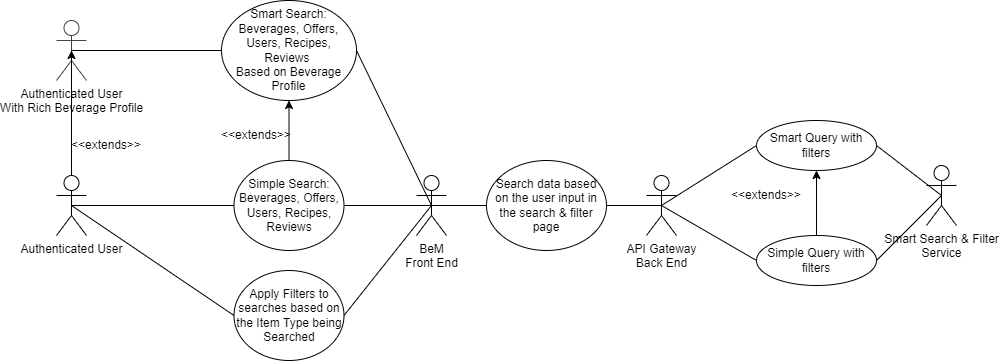
Before: diagrams/use_case/smart_search_and_filter.png, a diagram exported from draw.io (Elaech/Wade-BeM). Source tidied: cells renumbered, new cells last; positions are measured from the earlier drawing's top-left corner, leaving out a move shared by most shapes. Source of this version:
```xml
<mxGraphModel>
  <root>
    <mxCell id="0" />
    <mxCell id="1" parent="0" />
    <mxCell id="2" value="Authenticated User" style="shape=umlActor;verticalLabelPosition=bottom;verticalAlign=top;html=1;outlineConnect=0;" parent="1" vertex="1">
      <mxGeometry y="175" width="30" height="60" as="geometry" />
    </mxCell>
    <mxCell id="3" value="API Gateway&lt;br&gt;Back End" style="shape=umlActor;verticalLabelPosition=bottom;verticalAlign=top;html=1;outlineConnect=0;" parent="1" vertex="1">
      <mxGeometry x="590" y="175" width="30" height="60" as="geometry" />
    </mxCell>
    <mxCell id="4" value="BeM&lt;br&gt;Front End" style="shape=umlActor;verticalLabelPosition=bottom;verticalAlign=top;html=1;outlineConnect=0;" parent="1" vertex="1">
      <mxGeometry x="360" y="175" width="30" height="60" as="geometry" />
    </mxCell>
    <mxCell id="5" value="Smart Search &amp;amp; Filter&lt;br&gt;Service" style="shape=umlActor;verticalLabelPosition=bottom;verticalAlign=top;html=1;outlineConnect=0;" parent="1" vertex="1">
      <mxGeometry x="870" y="165" width="30" height="60" as="geometry" />
    </mxCell>
    <mxCell id="6" value="Simple Search: Beverages, Offers, Users, Recipes, Reviews" style="ellipse;whiteSpace=wrap;html=1;" parent="1" vertex="1">
      <mxGeometry x="177.5" y="160" width="110" height="90" as="geometry" />
    </mxCell>
    <mxCell id="7" style="endArrow=none;html=1;rounded=0;strokeColor=default;exitX=0.5;exitY=0.5;exitDx=0;exitDy=0;exitPerimeter=0;entryX=0;entryY=0.5;entryDx=0;entryDy=0;" parent="1" edge="1" source="2" target="6">
      <mxGeometry relative="1" as="geometry" />
    </mxCell>
    <mxCell id="8" style="endArrow=none;html=1;rounded=0;strokeColor=default;entryX=1;entryY=0.5;entryDx=0;entryDy=0;exitX=0.5;exitY=0.5;exitDx=0;exitDy=0;exitPerimeter=0;" parent="1" edge="1" source="4" target="6">
      <mxGeometry relative="1" as="geometry" />
    </mxCell>
    <mxCell id="9" value="Authenticated User&lt;br&gt;With Rich Beverage Profile" style="shape=umlActor;verticalLabelPosition=bottom;verticalAlign=top;html=1;outlineConnect=0;strokeColor=#434343;" parent="1" vertex="1">
      <mxGeometry y="20" width="30" height="60" as="geometry" />
    </mxCell>
    <mxCell id="10" style="endArrow=classic;html=1;rounded=0;exitX=0.5;exitY=0;exitDx=0;exitDy=0;exitPerimeter=0;entryX=0.5;entryY=0.5;entryDx=0;entryDy=0;entryPerimeter=0;" parent="1" edge="1" source="2" target="9">
      <mxGeometry relative="1" as="geometry" />
    </mxCell>
    <mxCell id="11" value="&amp;lt;&amp;lt;extends&amp;gt;&amp;gt;" style="text;html=1;strokeColor=none;fillColor=none;align=center;verticalAlign=middle;whiteSpace=wrap;rounded=0;" parent="1" vertex="1">
      <mxGeometry x="10" y="130" width="80" height="30" as="geometry" />
    </mxCell>
    <mxCell id="12" value="Smart Search: Beverages, Offers, Users, Recipes, Reviews&amp;nbsp;&lt;br&gt;Based on Beverage Profile" style="ellipse;whiteSpace=wrap;html=1;strokeColor=#000000;" parent="1" vertex="1">
      <mxGeometry x="165" width="135" height="100" as="geometry" />
    </mxCell>
    <mxCell id="13" style="endArrow=classic;html=1;rounded=0;exitX=0.5;exitY=0;exitDx=0;exitDy=0;entryX=0.5;entryY=1;entryDx=0;entryDy=0;" parent="1" edge="1" source="6" target="12">
      <mxGeometry relative="1" as="geometry" />
    </mxCell>
    <mxCell id="14" value="&amp;lt;&amp;lt;extends&amp;gt;&amp;gt;" style="text;html=1;strokeColor=none;fillColor=none;align=center;verticalAlign=middle;whiteSpace=wrap;rounded=0;" parent="1" vertex="1">
      <mxGeometry x="160" y="120" width="80" height="30" as="geometry" />
    </mxCell>
    <mxCell id="15" style="endArrow=none;html=1;rounded=0;exitX=0;exitY=0.5;exitDx=0;exitDy=0;entryX=0.5;entryY=0.5;entryDx=0;entryDy=0;entryPerimeter=0;" parent="1" edge="1" source="12" target="9">
      <mxGeometry relative="1" as="geometry" />
    </mxCell>
    <mxCell id="16" style="endArrow=none;html=1;rounded=0;strokeColor=default;entryX=1;entryY=0.5;entryDx=0;entryDy=0;exitX=0.5;exitY=0.5;exitDx=0;exitDy=0;exitPerimeter=0;" parent="1" edge="1" source="4" target="12">
      <mxGeometry relative="1" as="geometry" />
    </mxCell>
    <mxCell id="17" value="Simple Query with filters" style="ellipse;whiteSpace=wrap;html=1;" parent="1" vertex="1">
      <mxGeometry x="700" y="235" width="120" height="50" as="geometry" />
    </mxCell>
    <mxCell id="18" style="endArrow=none;html=1;rounded=0;exitX=0.5;exitY=0.5;exitDx=0;exitDy=0;entryX=0;entryY=0.5;entryDx=0;entryDy=0;exitPerimeter=0;" parent="1" edge="1" source="3" target="17">
      <mxGeometry relative="1" as="geometry" />
    </mxCell>
    <mxCell id="19" style="endArrow=none;html=1;rounded=0;exitX=0.5;exitY=0.5;exitDx=0;exitDy=0;exitPerimeter=0;entryX=0;entryY=0.5;entryDx=0;entryDy=0;" parent="1" edge="1" source="3" target="20">
      <mxGeometry relative="1" as="geometry" />
    </mxCell>
    <mxCell id="20" value="Smart Query with filters" style="ellipse;whiteSpace=wrap;html=1;" parent="1" vertex="1">
      <mxGeometry x="700" y="120" width="120" height="50" as="geometry" />
    </mxCell>
    <mxCell id="21" style="endArrow=none;html=1;rounded=0;exitX=0.5;exitY=0.5;exitDx=0;exitDy=0;exitPerimeter=0;entryX=1;entryY=0.5;entryDx=0;entryDy=0;" parent="1" edge="1" source="5" target="20">
      <mxGeometry relative="1" as="geometry" />
    </mxCell>
    <mxCell id="22" style="endArrow=none;html=1;rounded=0;exitX=1;exitY=0.5;exitDx=0;exitDy=0;entryX=0.5;entryY=0.5;entryDx=0;entryDy=0;entryPerimeter=0;" parent="1" edge="1" source="17" target="5">
      <mxGeometry relative="1" as="geometry" />
    </mxCell>
    <mxCell id="23" style="endArrow=classic;html=1;rounded=0;exitX=0.5;exitY=0;exitDx=0;exitDy=0;entryX=0.5;entryY=1;entryDx=0;entryDy=0;" parent="1" edge="1" source="17" target="20">
      <mxGeometry relative="1" as="geometry" />
    </mxCell>
    <mxCell id="24" value="&amp;lt;&amp;lt;extends&amp;gt;&amp;gt;" style="text;html=1;strokeColor=none;fillColor=none;align=center;verticalAlign=middle;whiteSpace=wrap;rounded=0;" parent="1" vertex="1">
      <mxGeometry x="670" y="180" width="80" height="30" as="geometry" />
    </mxCell>
    <mxCell id="25" value="Apply Filters to searches based on the Item Type being Searched" style="ellipse;whiteSpace=wrap;html=1;" parent="1" vertex="1">
      <mxGeometry x="177.5" y="270" width="110" height="90" as="geometry" />
    </mxCell>
    <mxCell id="26" style="endArrow=none;html=1;rounded=0;strokeColor=default;exitX=0.5;exitY=0.5;exitDx=0;exitDy=0;exitPerimeter=0;entryX=0;entryY=0.5;entryDx=0;entryDy=0;" parent="1" edge="1" source="2" target="25">
      <mxGeometry relative="1" as="geometry" />
    </mxCell>
    <mxCell id="27" style="endArrow=none;html=1;rounded=0;strokeColor=default;entryX=1;entryY=0.5;entryDx=0;entryDy=0;exitX=0.5;exitY=0.5;exitDx=0;exitDy=0;exitPerimeter=0;" parent="1" edge="1" source="4" target="25">
      <mxGeometry relative="1" as="geometry" />
    </mxCell>
    <mxCell id="28" style="endArrow=none;html=1;rounded=0;strokeColor=default;entryX=0.5;entryY=0.5;entryDx=0;entryDy=0;entryPerimeter=0;exitX=0;exitY=0.5;exitDx=0;exitDy=0;" parent="1" edge="1" source="29" target="4">
      <mxGeometry relative="1" as="geometry" />
    </mxCell>
    <mxCell id="29" value="Search data based&lt;br&gt;on the user input in the search &amp;amp; filter page" style="ellipse;whiteSpace=wrap;html=1;strokeColor=default;" parent="1" vertex="1">
      <mxGeometry x="430" y="160" width="120" height="90" as="geometry" />
    </mxCell>
    <mxCell id="30" style="endArrow=none;html=1;rounded=0;exitX=1;exitY=0.5;exitDx=0;exitDy=0;entryX=0.5;entryY=0.5;entryDx=0;entryDy=0;entryPerimeter=0;" parent="1" edge="1" source="29" target="3">
      <mxGeometry relative="1" as="geometry" />
    </mxCell>
  </root>
</mxGraphModel>
```
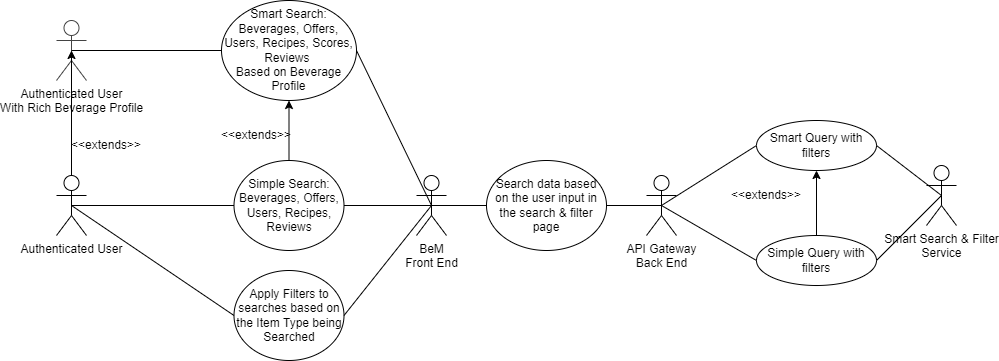
After the change.

Diff of the diagram source:
```diff
@@ -32,7 +32,7 @@
     <mxCell id="11" value="&amp;lt;&amp;lt;extends&amp;gt;&amp;gt;" style="text;html=1;strokeColor=none;fillColor=none;align=center;verticalAlign=middle;whiteSpace=wrap;rounded=0;" parent="1" vertex="1">
       <mxGeometry x="10" y="130" width="80" height="30" as="geometry" />
     </mxCell>
-    <mxCell id="12" value="Smart Search: Beverages, Offers, Users, Recipes, Reviews&amp;nbsp;&lt;br&gt;Based on Beverage Profile" style="ellipse;whiteSpace=wrap;html=1;strokeColor=#000000;" parent="1" vertex="1">
+    <mxCell id="12" value="Smart Search: Beverages, Offers, Users, Recipes, Scores, Reviews&amp;nbsp;&lt;br&gt;Based on Beverage Profile" style="ellipse;whiteSpace=wrap;html=1;strokeColor=#000000;" parent="1" vertex="1">
       <mxGeometry x="165" width="135" height="100" as="geometry" />
     </mxCell>
     <mxCell id="13" style="endArrow=classic;html=1;rounded=0;exitX=0.5;exitY=0;exitDx=0;exitDy=0;entryX=0.5;entryY=1;entryDx=0;entryDy=0;" parent="1" edge="1" source="6" target="12">
```
